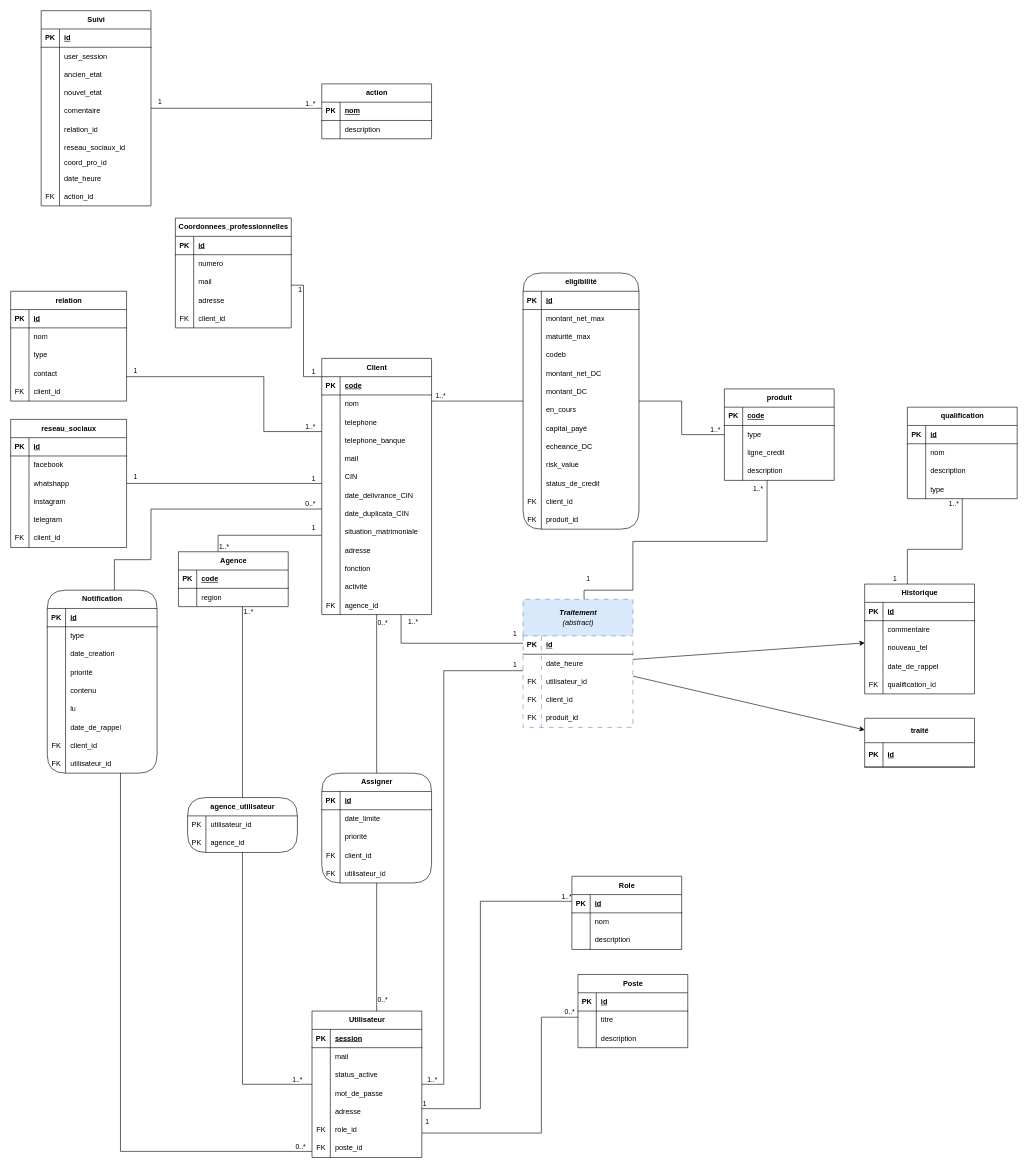
Above: presentationMCD-ABM-BLIPP.drawio in 34arsonEddy/ABM (draw.io), before the change. Source tidied: cells renumbered, new cells numbered last; positions are measured from the earlier drawing's top-left corner, leaving out a move shared by most shapes. Both pictures are drawn from the tidied source at 61%, with x=0, y=0 at pixel (10, 10).
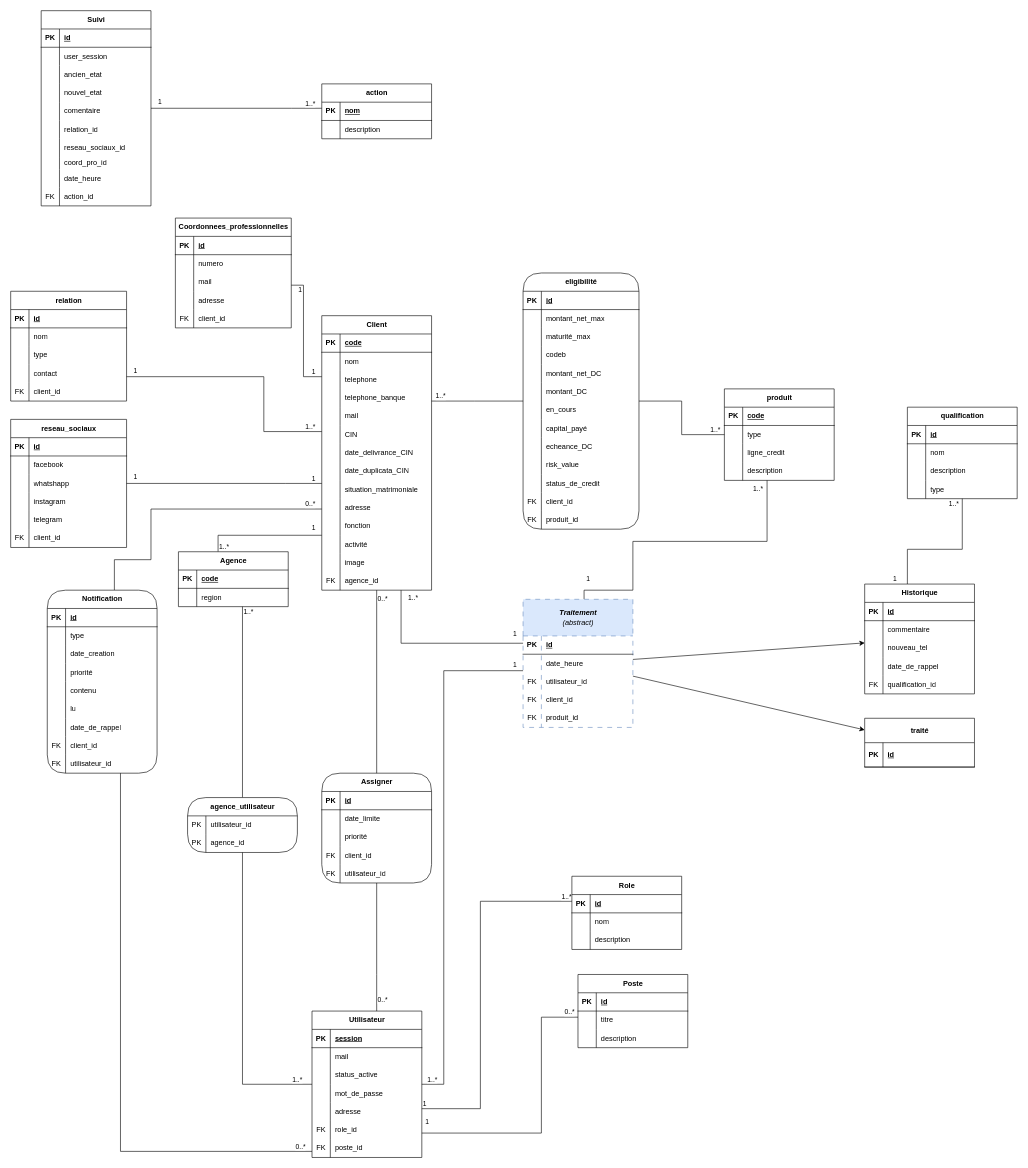
The same diagram, later.

Commit message:
Mettre à jour presentationMCD-ABM-BLIPP.drawio

Change to the diagram source:
```diff
@@
     <mxCell id="130" value="Client" style="shape=table;startSize=30;childLayout=tableLayout;rowLines=0;fontStyle=1;align=center;html=1;" parent="1" vertex="1">
-      <mxGeometry x="510" y="570" width="180" height="420" as="geometry" />
+      <mxGeometry x="510" y="500" width="180" height="450" as="geometry" />
     </mxCell>
@@
+    <mxCell id="384" style="shape=tableRow;horizontal=0;startSize=0;swimlaneHead=0;swimlaneBody=0;fillColor=none;top=0;left=0;right=0;bottom=0;" parent="130" vertex="1">
+      <mxGeometry y="390" width="180" height="30" as="geometry" />
+    </mxCell>
+    <mxCell id="385" style="shape=partialRectangle;fillColor=none;top=0;left=0;bottom=0;right=0;overflow=hidden;whiteSpace=wrap;html=1;" parent="384" vertex="1">
+      <mxGeometry width="30" height="30" as="geometry" />
+    </mxCell>
+    <mxCell id="386" value="image" style="shape=partialRectangle;fillColor=none;top=0;left=0;bottom=0;right=0;align=left;spacingLeft=6;overflow=hidden;whiteSpace=wrap;html=1;" parent="384" vertex="1">
+      <mxGeometry x="30" width="150" height="30" as="geometry" />
+    </mxCell>
     <mxCell id="167" style="shape=tableRow;horizontal=0;startSize=0;swimlaneHead=0;swimlaneBody=0;fillColor=none;top=0;left=0;right=0;bottom=0;" parent="130" vertex="1">
-      <mxGeometry y="390" width="180" height="30" as="geometry" />
+      <mxGeometry y="420" width="180" height="30" as="geometry" />
     </mxCell>
```
